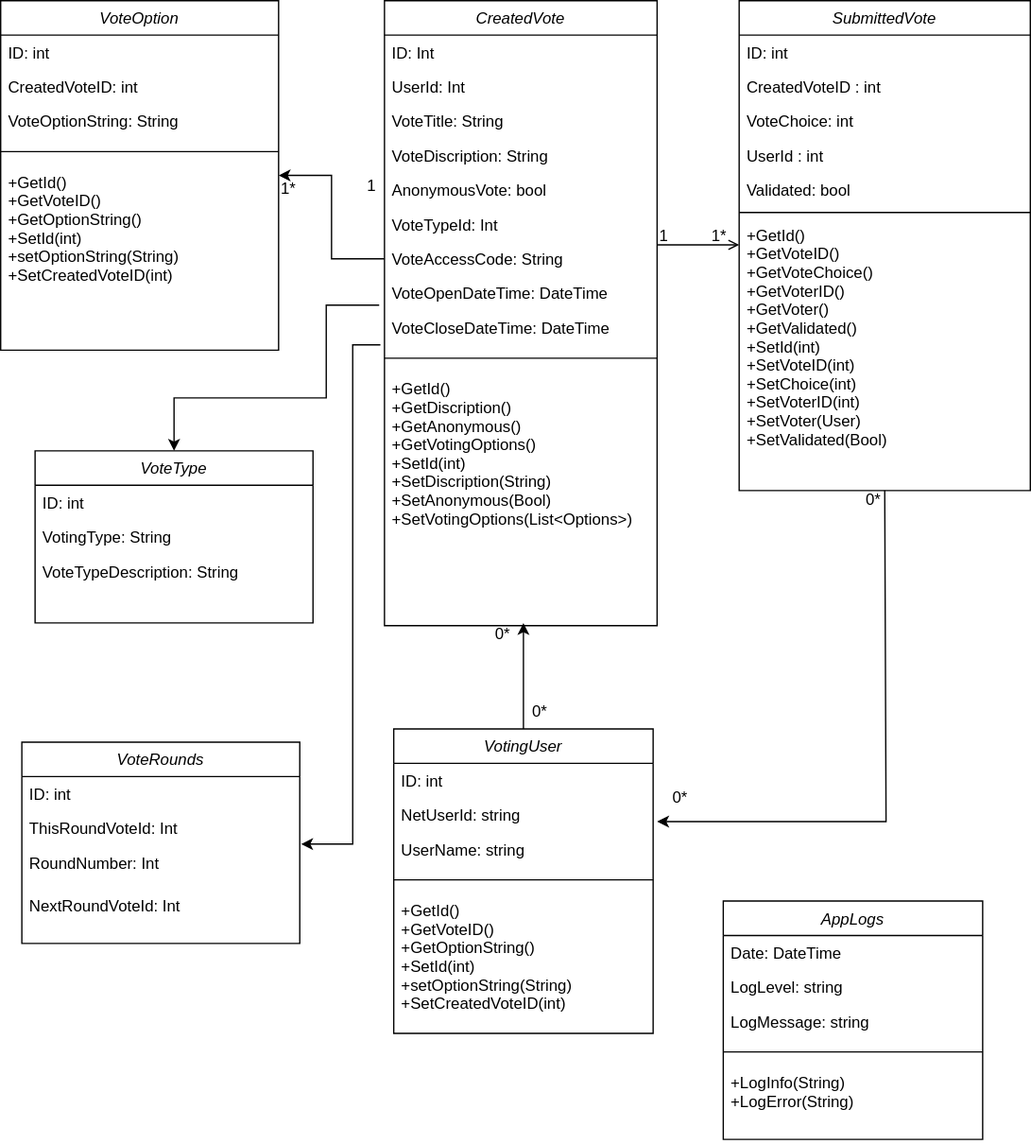
Above: docs/ProjectManagement/VotingAppClassDiagram.drawio.svg in vincenowell4/KSV-Software (draw.io), before the change. Source tidied: cells renumbered, new cells last; positions are measured from the earlier drawing's top-left corner, leaving out a move shared by most shapes.
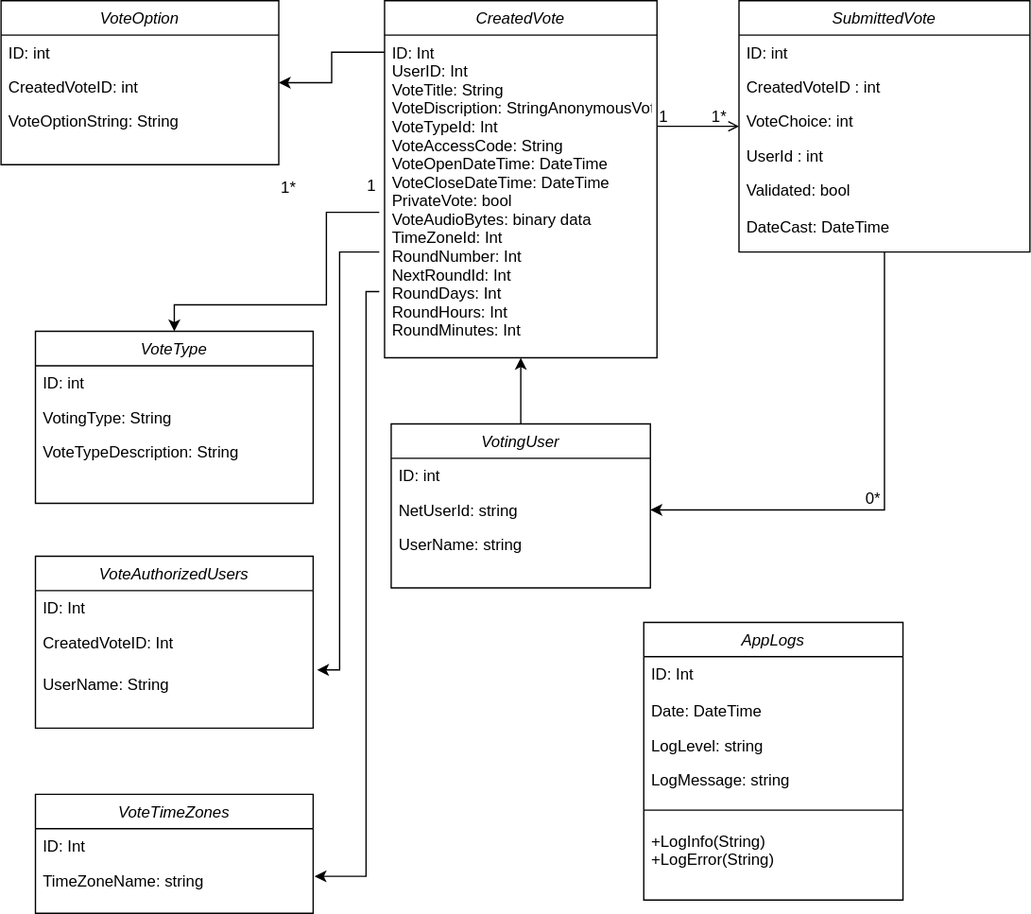
The same diagram one commit later.

Change to the diagram source:
```diff
@@ -2,47 +2,19 @@
   <root>
     <mxCell id="0" />
     <mxCell id="1" parent="0" />
-    <mxCell id="2" style="edgeStyle=orthogonalEdgeStyle;rounded=0;jettySize=auto;html=1;entryX=1;entryY=0.5;entryDx=0;entryDy=0;exitX=0;exitY=0.5;exitDx=0;exitDy=0;" parent="1" edge="1" source="10" target="26">
-      <mxGeometry relative="1" as="geometry" />
+    <mxCell id="2" style="edgeStyle=orthogonalEdgeStyle;rounded=0;jettySize=auto;html=1;entryX=1;entryY=0.5;entryDx=0;entryDy=0;exitX=0;exitY=0.5;exitDx=0;exitDy=0;" parent="1" edge="1" target="26">
+      <mxGeometry relative="1" as="geometry">
+        <mxPoint x="290" y="39" as="sourcePoint" />
+      </mxGeometry>
     </mxCell>
     <mxCell id="3" value="CreatedVote" style="swimlane;fontStyle=2;align=center;verticalAlign=top;horizontal=1;startSize=26;rounded=0;shadow=0;strokeWidth=1;" parent="1" vertex="1">
-      <mxGeometry x="290" width="206" height="472" as="geometry" />
+      <mxGeometry x="290" width="206" height="270" as="geometry" />
     </mxCell>
-    <mxCell id="4" value="ID: Int" style="text;align=left;verticalAlign=top;spacingLeft=4;spacingRight=4;overflow=hidden;" parent="3" vertex="1">
-      <mxGeometry y="26" width="206" height="26" as="geometry" />
+    <mxCell id="4" value="ID: Int&#10;UserID: Int&#10;VoteTitle: String&#10;VoteDiscription: StringAnonymousVote: bool&#10;VoteTypeId: Int&#10;VoteAccessCode: String&#10;VoteOpenDateTime: DateTime&#10;VoteCloseDateTime: DateTime&#10;PrivateVote: bool&#10;VoteAudioBytes: binary data&#10;TimeZoneId: Int&#10;RoundNumber: Int&#10;NextRoundId: Int&#10;RoundDays: Int&#10;RoundHours: Int&#10;RoundMinutes: Int&#10;" style="text;align=left;verticalAlign=top;spacingLeft=4;spacingRight=4;overflow=hidden;" parent="3" vertex="1">
+      <mxGeometry y="26" width="206" height="244" as="geometry" />
     </mxCell>
-    <mxCell id="5" value="UserId: Int" style="text;align=left;verticalAlign=top;spacingLeft=4;spacingRight=4;overflow=hidden;rounded=0;shadow=0;html=0;" parent="3" vertex="1">
-      <mxGeometry y="52" width="206" height="26" as="geometry" />
-    </mxCell>
-    <mxCell id="6" value="VoteTitle: String" style="text;align=left;verticalAlign=top;spacingLeft=4;spacingRight=4;overflow=hidden;rounded=0;shadow=0;html=0;" parent="3" vertex="1">
-      <mxGeometry y="78" width="206" height="26" as="geometry" />
-    </mxCell>
-    <mxCell id="7" value="VoteDiscription: String" style="text;align=left;verticalAlign=top;spacingLeft=4;spacingRight=4;overflow=hidden;rounded=0;shadow=0;html=0;" parent="3" vertex="1">
-      <mxGeometry y="104" width="206" height="26" as="geometry" />
-    </mxCell>
-    <mxCell id="8" value="AnonymousVote: bool" style="text;align=left;verticalAlign=top;spacingLeft=4;spacingRight=4;overflow=hidden;rounded=0;shadow=0;html=0;" parent="3" vertex="1">
-      <mxGeometry y="130" width="206" height="26" as="geometry" />
-    </mxCell>
-    <mxCell id="9" value="VoteTypeId: Int" style="text;align=left;verticalAlign=top;spacingLeft=4;spacingRight=4;overflow=hidden;rounded=0;shadow=0;html=0;" parent="3" vertex="1">
-      <mxGeometry y="156" width="206" height="26" as="geometry" />
-    </mxCell>
-    <mxCell id="10" value="VoteAccessCode: String" style="text;align=left;verticalAlign=top;spacingLeft=4;spacingRight=4;overflow=hidden;points=[[0,0.5],[1,0.5]];portConstraint=eastwest;rounded=0;shadow=0;html=0;" parent="3" vertex="1">
-      <mxGeometry y="182" width="206" height="26" as="geometry" />
-    </mxCell>
-    <mxCell id="11" value="VoteOpenDateTime: DateTime" style="text;align=left;verticalAlign=top;spacingLeft=4;spacingRight=4;overflow=hidden;rounded=0;shadow=0;html=0;" parent="3" vertex="1">
-      <mxGeometry y="208" width="206" height="26" as="geometry" />
-    </mxCell>
-    <mxCell id="12" value="VoteCloseDateTime: DateTime" style="text;align=left;verticalAlign=top;spacingLeft=4;spacingRight=4;overflow=hidden;points=[[0,0.5],[1,0.5]];portConstraint=eastwest;rounded=0;shadow=0;html=0;" parent="3" vertex="1">
-      <mxGeometry y="234" width="206" height="26" as="geometry" />
-    </mxCell>
-    <mxCell id="13" style="line;html=1;strokeWidth=1;align=left;verticalAlign=middle;spacingTop=-1;spacingLeft=3;spacingRight=3;labelPosition=right;" parent="3" vertex="1">
-      <mxGeometry y="260" width="206" height="20" as="geometry" />
-    </mxCell>
-    <mxCell id="14" value="+GetId()&#10;+GetDiscription()&#10;+GetAnonymous()&#10;+GetVotingOptions()&#10;+SetId(int)&#10;+SetDiscription(String)&#10;+SetAnonymous(Bool)&#10;+SetVotingOptions(List&lt;Options&gt;)&#10;&#10;" style="text;align=left;verticalAlign=top;spacingLeft=4;spacingRight=4;overflow=hidden;rounded=0;shadow=0;html=0;" parent="3" vertex="1">
-      <mxGeometry y="280" width="206" height="140" as="geometry" />
-    </mxCell>
     <mxCell id="15" value="SubmittedVote" style="swimlane;fontStyle=2;align=center;verticalAlign=top;horizontal=1;startSize=26;rounded=0;shadow=0;strokeWidth=1;" parent="1" vertex="1">
-      <mxGeometry x="558" width="220" height="370" as="geometry" />
+      <mxGeometry x="558" width="220" height="190" as="geometry" />
     </mxCell>
     <mxCell id="16" value="ID: int" style="text;align=left;verticalAlign=top;spacingLeft=4;spacingRight=4;overflow=hidden;" parent="15" vertex="1">
       <mxGeometry y="26" width="220" height="26" as="geometry" />
@@ -56,15 +28,9 @@
     <mxCell id="19" value="UserId : int" style="text;align=left;verticalAlign=top;spacingLeft=4;spacingRight=4;overflow=hidden;rounded=0;shadow=0;html=0;" parent="15" vertex="1">
       <mxGeometry y="104" width="220" height="26" as="geometry" />
     </mxCell>
-    <mxCell id="20" value="Validated: bool" style="text;align=left;verticalAlign=top;spacingLeft=4;spacingRight=4;overflow=hidden;rounded=0;shadow=0;html=0;" parent="15" vertex="1">
-      <mxGeometry y="130" width="220" height="26" as="geometry" />
+    <mxCell id="20" value="Validated: bool&#10;&#10;DateCast: DateTime&#10;" style="text;align=left;verticalAlign=top;spacingLeft=4;spacingRight=4;overflow=hidden;rounded=0;shadow=0;html=0;" parent="15" vertex="1">
+      <mxGeometry y="130" width="220" height="46" as="geometry" />
     </mxCell>
-    <mxCell id="21" style="line;html=1;strokeWidth=1;align=left;verticalAlign=middle;spacingTop=-1;spacingLeft=3;spacingRight=3;labelPosition=right;" parent="15" vertex="1">
-      <mxGeometry y="156" width="220" height="8" as="geometry" />
-    </mxCell>
-    <mxCell id="22" value="+GetId()&#10;+GetVoteID()&#10;+GetVoteChoice()&#10;+GetVoterID()&#10;+GetVoter()&#10;+GetValidated()&#10;+SetId(int)&#10;+SetVoteID(int)&#10;+SetChoice(int)&#10;+SetVoterID(int)&#10;+SetVoter(User)&#10;+SetValidated(Bool)&#10;&#10;" style="text;align=left;verticalAlign=top;spacingLeft=4;spacingRight=4;overflow=hidden;rounded=0;shadow=0;html=0;" parent="15" vertex="1">
-      <mxGeometry y="164" width="220" height="180" as="geometry" />
-    </mxCell>
     <mxCell id="23" style="endArrow=open;shadow=0;strokeWidth=1;rounded=0;endFill=1;edgeStyle=elbowEdgeStyle;elbow=vertical;" parent="1" edge="1" source="3" target="15">
       <mxGeometry x="0.5" y="41" relative="1" as="geometry">
         <mxPoint x="-40" y="32" as="offset" />
@@ -81,7 +47,7 @@
       </mxGeometry>
     </mxCell>
     <mxCell id="26" value="VoteOption" style="swimlane;fontStyle=2;align=center;verticalAlign=top;horizontal=1;startSize=26;rounded=0;shadow=0;strokeWidth=1;" parent="1" vertex="1">
-      <mxGeometry width="210" height="264" as="geometry" />
+      <mxGeometry width="210" height="124" as="geometry" />
     </mxCell>
     <mxCell id="27" value="ID: int" style="text;align=left;verticalAlign=top;spacingLeft=4;spacingRight=4;overflow=hidden;" parent="26" vertex="1">
       <mxGeometry y="26" width="210" height="26" as="geometry" />
@@ -92,12 +58,6 @@
     <mxCell id="29" value="VoteOptionString: String" style="text;align=left;verticalAlign=top;spacingLeft=4;spacingRight=4;overflow=hidden;rounded=0;shadow=0;html=0;" parent="26" vertex="1">
       <mxGeometry y="78" width="210" height="26" as="geometry" />
     </mxCell>
-    <mxCell id="30" style="line;html=1;strokeWidth=1;align=left;verticalAlign=middle;spacingTop=-1;spacingLeft=3;spacingRight=3;labelPosition=right;" parent="26" vertex="1">
-      <mxGeometry y="104" width="210" height="20" as="geometry" />
-    </mxCell>
-    <mxCell id="31" value="+GetId()&#10;+GetVoteID()&#10;+GetOptionString()&#10;+SetId(int)&#10;+setOptionString(String)&#10;+SetCreatedVoteID(int)&#10;&#10;&#10;" style="text;align=left;verticalAlign=top;spacingLeft=4;spacingRight=4;overflow=hidden;rounded=0;shadow=0;html=0;" parent="26" vertex="1">
-      <mxGeometry y="124" width="210" height="140" as="geometry" />
-    </mxCell>
     <mxCell id="32" value="1*" style="align=left;verticalAlign=bottom;labelBackgroundColor=none;fontSize=12;" parent="1" vertex="1">
       <mxGeometry x="210" y="150" as="geometry" />
     </mxCell>
@@ -105,7 +65,7 @@
       <mxGeometry x="270" y="130" width="20" height="20" as="geometry" />
     </mxCell>
     <mxCell id="34" value="VotingUser" style="swimlane;fontStyle=2;align=center;verticalAlign=top;horizontal=1;startSize=26;rounded=0;shadow=0;strokeWidth=1;" parent="1" vertex="1">
-      <mxGeometry x="297" y="550" width="196" height="230" as="geometry" />
+      <mxGeometry x="295" y="320" width="196" height="124" as="geometry" />
     </mxCell>
     <mxCell id="35" value="ID: int" style="text;align=left;verticalAlign=top;spacingLeft=4;spacingRight=4;overflow=hidden;" parent="34" vertex="1">
       <mxGeometry y="26" width="196" height="26" as="geometry" />
@@ -116,45 +76,25 @@
     <mxCell id="37" value="UserName: string" style="text;align=left;verticalAlign=top;spacingLeft=4;spacingRight=4;overflow=hidden;" parent="34" vertex="1">
       <mxGeometry y="78" width="196" height="26" as="geometry" />
     </mxCell>
-    <mxCell id="38" style="line;html=1;strokeWidth=1;align=left;verticalAlign=middle;spacingTop=-1;spacingLeft=3;spacingRight=3;labelPosition=right;" parent="34" vertex="1">
-      <mxGeometry y="104" width="196" height="20" as="geometry" />
-    </mxCell>
-    <mxCell id="39" value="+GetId()&#10;+GetVoteID()&#10;+GetOptionString()&#10;+SetId(int)&#10;+setOptionString(String)&#10;+SetCreatedVoteID(int)&#10;&#10;&#10;" style="text;align=left;verticalAlign=top;spacingLeft=4;spacingRight=4;overflow=hidden;rounded=0;shadow=0;html=0;" parent="34" vertex="1">
-      <mxGeometry y="124" width="196" height="96" as="geometry" />
-    </mxCell>
-    <mxCell id="40" style="endArrow=classic;html=1;rounded=0;exitX=0.5;exitY=1;exitDx=0;exitDy=0;" parent="1" edge="1" source="15">
+    <mxCell id="40" style="endArrow=classic;html=1;rounded=0;exitX=0.5;exitY=1;exitDx=0;exitDy=0;entryX=1;entryY=0.5;entryDx=0;entryDy=0;" parent="1" edge="1" source="15" target="36">
       <mxGeometry relative="1" as="geometry">
-        <mxPoint x="496" y="620" as="targetPoint" />
         <Array as="points">
-          <mxPoint x="669" y="620" />
+          <mxPoint x="668" y="385" />
+          <mxPoint x="636" y="385" />
+          <mxPoint x="596" y="385" />
         </Array>
       </mxGeometry>
     </mxCell>
-    <mxCell id="41" value="0*" style="align=left;verticalAlign=bottom;labelBackgroundColor=none;fontSize=12;" parent="1" vertex="1">
-      <mxGeometry x="506" y="610" as="geometry" />
-    </mxCell>
     <mxCell id="42" value="0*" style="align=left;verticalAlign=bottom;labelBackgroundColor=none;fontSize=12;" parent="1" vertex="1">
       <mxGeometry x="646" y="370" as="geometry">
         <mxPoint x="6" y="15" as="offset" />
       </mxGeometry>
     </mxCell>
-    <mxCell id="43" style="endArrow=classic;html=1;rounded=0;exitX=0.5;exitY=0;exitDx=0;exitDy=0;" parent="1" edge="1" source="34">
-      <mxGeometry relative="1" as="geometry">
-        <mxPoint x="395" y="470" as="targetPoint" />
-      </mxGeometry>
+    <mxCell id="43" style="endArrow=classic;html=1;rounded=0;exitX=0.5;exitY=0;exitDx=0;exitDy=0;entryX=0.5;entryY=1;entryDx=0;entryDy=0;" parent="1" edge="1" source="34" target="3">
+      <mxGeometry relative="1" as="geometry" />
     </mxCell>
-    <mxCell id="44" value="0*" style="align=left;verticalAlign=bottom;labelBackgroundColor=none;fontSize=12;" parent="1" vertex="1">
-      <mxGeometry x="406" y="370" as="geometry">
-        <mxPoint x="-6" y="175" as="offset" />
-      </mxGeometry>
-    </mxCell>
-    <mxCell id="45" value="0*" style="align=left;verticalAlign=bottom;labelBackgroundColor=none;fontSize=12;" parent="1" vertex="1">
-      <mxGeometry x="646" y="540" as="geometry">
-        <mxPoint x="-274" y="-54" as="offset" />
-      </mxGeometry>
-    </mxCell>
     <mxCell id="46" value="VoteType" style="swimlane;fontStyle=2;align=center;verticalAlign=top;horizontal=1;startSize=26;rounded=0;shadow=0;strokeWidth=1;" parent="1" vertex="1">
-      <mxGeometry x="26" y="340" width="210" height="130" as="geometry" />
+      <mxGeometry x="26" y="250" width="210" height="130" as="geometry" />
     </mxCell>
     <mxCell id="47" value="ID: int" style="text;align=left;verticalAlign=top;spacingLeft=4;spacingRight=4;overflow=hidden;" parent="46" vertex="1">
       <mxGeometry y="26" width="210" height="26" as="geometry" />
@@ -167,55 +107,71 @@
     </mxCell>
     <mxCell id="50" style="edgeStyle=orthogonalEdgeStyle;rounded=0;jettySize=auto;html=1;" parent="1" edge="1" target="46">
       <mxGeometry relative="1" as="geometry">
-        <mxPoint x="286" y="230" as="sourcePoint" />
+        <mxPoint x="286" y="160" as="sourcePoint" />
         <Array as="points">
+          <mxPoint x="246" y="160" />
           <mxPoint x="246" y="230" />
-          <mxPoint x="246" y="300" />
-          <mxPoint x="131" y="300" />
+          <mxPoint x="131" y="230" />
         </Array>
       </mxGeometry>
     </mxCell>
-    <mxCell id="51" value="VoteRounds" style="swimlane;fontStyle=2;align=center;verticalAlign=top;horizontal=1;startSize=26;rounded=0;shadow=0;strokeWidth=1;" parent="1" vertex="1">
-      <mxGeometry x="16" y="560" width="210" height="152" as="geometry" />
+    <mxCell id="51" value="VoteAuthorizedUsers" style="swimlane;fontStyle=2;align=center;verticalAlign=top;horizontal=1;startSize=26;rounded=0;shadow=0;strokeWidth=1;" parent="1" vertex="1">
+      <mxGeometry x="26" y="420" width="210" height="130" as="geometry" />
     </mxCell>
-    <mxCell id="52" value="ID: int" style="text;align=left;verticalAlign=top;spacingLeft=4;spacingRight=4;overflow=hidden;" parent="51" vertex="1">
-      <mxGeometry y="26" width="210" height="26" as="geometry" />
-    </mxCell>
-    <mxCell id="53" value="ThisRoundVoteId: Int" style="text;align=left;verticalAlign=top;spacingLeft=4;spacingRight=4;overflow=hidden;" parent="51" vertex="1">
-      <mxGeometry y="52" width="210" height="26" as="geometry" />
+    <mxCell id="53" value="ID: Int" style="text;align=left;verticalAlign=top;spacingLeft=4;spacingRight=4;overflow=hidden;" parent="51" vertex="1">
+      <mxGeometry y="26" width="210" height="26" as="geometry" />
     </mxCell>
-    <mxCell id="54" value="RoundNumber: Int" style="text;align=left;verticalAlign=top;spacingLeft=4;spacingRight=4;overflow=hidden;rounded=0;shadow=0;html=0;" parent="51" vertex="1">
-      <mxGeometry y="78" width="210" height="32" as="geometry" />
+    <mxCell id="54" value="CreatedVoteID: Int" style="text;align=left;verticalAlign=top;spacingLeft=4;spacingRight=4;overflow=hidden;rounded=0;shadow=0;html=0;" parent="51" vertex="1">
+      <mxGeometry y="52" width="210" height="32" as="geometry" />
     </mxCell>
-    <mxCell id="55" value="NextRoundVoteId: Int" style="text;align=left;verticalAlign=top;spacingLeft=4;spacingRight=4;overflow=hidden;points=[[0,0.5],[1,0.5]];portConstraint=eastwest;rounded=0;shadow=0;html=0;" parent="51" vertex="1">
-      <mxGeometry y="110" width="210" height="42" as="geometry" />
+    <mxCell id="55" value="UserName: String" style="text;align=left;verticalAlign=top;spacingLeft=4;spacingRight=4;overflow=hidden;points=[[0,0.5],[1,0.5]];portConstraint=eastwest;rounded=0;shadow=0;html=0;" parent="51" vertex="1">
+      <mxGeometry y="84" width="210" height="42" as="geometry" />
     </mxCell>
-    <mxCell id="56" style="edgeStyle=orthogonalEdgeStyle;rounded=0;jettySize=auto;html=1;exitX=-0.015;exitY=1;exitDx=0;exitDy=0;exitPerimeter=0;" parent="1" edge="1" source="12">
+    <mxCell id="56" style="edgeStyle=orthogonalEdgeStyle;rounded=0;jettySize=auto;html=1;entryX=1.014;entryY=0.048;entryDx=0;entryDy=0;entryPerimeter=0;" parent="1" edge="1" target="55">
       <mxGeometry relative="1" as="geometry">
-        <mxPoint x="227" y="637" as="targetPoint" />
+        <mxPoint x="286" y="190" as="sourcePoint" />
         <Array as="points">
-          <mxPoint x="266" y="260" />
-          <mxPoint x="266" y="637" />
+          <mxPoint x="256" y="190" />
+          <mxPoint x="256" y="506" />
         </Array>
       </mxGeometry>
     </mxCell>
     <mxCell id="57" value="AppLogs" style="swimlane;fontStyle=2;align=center;verticalAlign=top;horizontal=1;startSize=26;rounded=0;shadow=0;strokeWidth=1;" parent="1" vertex="1">
-      <mxGeometry x="546" y="680" width="196" height="180" as="geometry" />
+      <mxGeometry x="486" y="470" width="196" height="210" as="geometry" />
     </mxCell>
-    <mxCell id="58" value="Date: DateTime " style="text;align=left;verticalAlign=top;spacingLeft=4;spacingRight=4;overflow=hidden;" parent="57" vertex="1">
-      <mxGeometry y="26" width="196" height="26" as="geometry" />
+    <mxCell id="58" value="ID: Int&#10;&#10;Date: DateTime " style="text;align=left;verticalAlign=top;spacingLeft=4;spacingRight=4;overflow=hidden;" parent="57" vertex="1">
+      <mxGeometry y="26" width="196" height="54" as="geometry" />
     </mxCell>
     <mxCell id="59" value="LogLevel: string" style="text;align=left;verticalAlign=top;spacingLeft=4;spacingRight=4;overflow=hidden;" parent="57" vertex="1">
-      <mxGeometry y="52" width="196" height="26" as="geometry" />
+      <mxGeometry y="80" width="196" height="26" as="geometry" />
     </mxCell>
     <mxCell id="60" value="LogMessage: string" style="text;align=left;verticalAlign=top;spacingLeft=4;spacingRight=4;overflow=hidden;" parent="57" vertex="1">
-      <mxGeometry y="78" width="196" height="26" as="geometry" />
+      <mxGeometry y="106" width="196" height="26" as="geometry" />
     </mxCell>
     <mxCell id="61" style="line;html=1;strokeWidth=1;align=left;verticalAlign=middle;spacingTop=-1;spacingLeft=3;spacingRight=3;labelPosition=right;" parent="57" vertex="1">
-      <mxGeometry y="104" width="196" height="20" as="geometry" />
+      <mxGeometry y="132" width="196" height="20" as="geometry" />
     </mxCell>
     <mxCell id="62" value="+LogInfo(String)&#10;+LogError(String)&#10;&#10;" style="text;align=left;verticalAlign=top;spacingLeft=4;spacingRight=4;overflow=hidden;rounded=0;shadow=0;html=0;" parent="57" vertex="1">
-      <mxGeometry y="124" width="196" height="56" as="geometry" />
+      <mxGeometry y="152" width="196" height="56" as="geometry" />
     </mxCell>
+    <mxCell id="63" value="VoteTimeZones" style="swimlane;fontStyle=2;align=center;verticalAlign=top;horizontal=1;startSize=26;rounded=0;shadow=0;strokeWidth=1;" parent="1" vertex="1">
+      <mxGeometry x="26" y="600" width="210" height="90" as="geometry" />
+    </mxCell>
+    <mxCell id="64" value="ID: Int" style="text;align=left;verticalAlign=top;spacingLeft=4;spacingRight=4;overflow=hidden;" parent="63" vertex="1">
+      <mxGeometry y="26" width="210" height="26" as="geometry" />
+    </mxCell>
+    <mxCell id="65" value="TimeZoneName: string" style="text;align=left;verticalAlign=top;spacingLeft=4;spacingRight=4;overflow=hidden;points=[[0,0.5],[1,0.5]];portConstraint=eastwest;rounded=0;shadow=0;html=0;" parent="63" vertex="1">
+      <mxGeometry y="52" width="210" height="32" as="geometry" />
+    </mxCell>
+    <mxCell id="66" style="endArrow=classic;html=1;rounded=0;entryX=1.005;entryY=0.313;entryDx=0;entryDy=0;entryPerimeter=0;" parent="1" edge="1" target="65">
+      <mxGeometry relative="1" as="geometry">
+        <mxPoint x="276" y="220" as="sourcePoint" />
+        <Array as="points">
+          <mxPoint x="286" y="220" />
+          <mxPoint x="276" y="220" />
+          <mxPoint x="276" y="662" />
+        </Array>
+      </mxGeometry>
+    </mxCell>
   </root>
 </mxGraphModel>
```
